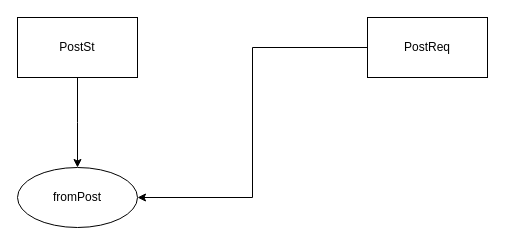
Above: page "From" (3 of 3) of Notes/Day3.drawio in amit6667/https-prod.liveshare.vsengsaas.visualstudio.com-join-23594ADBD9D3266A4E41C9DEF27AAE27805A (draw.io), before the change. Source tidied: cells renumbered, new cells numbered last; positions are measured from the earlier drawing's top-left corner, leaving out a move shared by most shapes. Both pictures are drawn from the tidied source at 100%, with x=0, y=0 at pixel (17, 17).
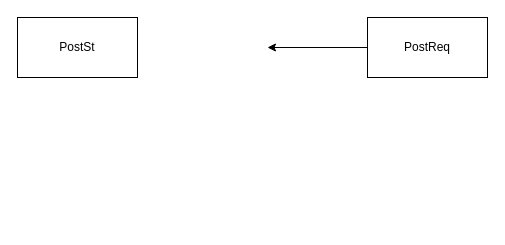
The same diagram, later.

Change to the diagram source:
```diff
@@
 <mxGraphModel>
   <root>
     <mxCell id="0" />
     <mxCell id="1" parent="0" />
-    <mxCell id="2" style="edgeStyle=orthogonalEdgeStyle;rounded=0;jettySize=auto;html=1;" parent="1" edge="1" source="3">
-      <mxGeometry relative="1" as="geometry">
-        <mxPoint x="60" y="150" as="targetPoint" />
-      </mxGeometry>
-    </mxCell>
     <mxCell id="3" value="PostSt" style="rounded=0;whiteSpace=wrap;html=1;" parent="1" vertex="1">
       <mxGeometry width="120" height="60" as="geometry" />
     </mxCell>
-    <mxCell id="4" style="edgeStyle=orthogonalEdgeStyle;rounded=0;jettySize=auto;html=1;entryX=1;entryY=0.5;entryDx=0;entryDy=0;" parent="1" edge="1" source="5" target="6">
-      <mxGeometry relative="1" as="geometry" />
-    </mxCell>
+    <mxCell id="7" style="edgeStyle=orthogonalEdgeStyle;rounded=0;jettySize=auto;html=1;" parent="1" edge="1" source="5">
+      <mxGeometry relative="1" as="geometry">
+        <mxPoint x="250" y="30" as="targetPoint" />
+      </mxGeometry>
+    </mxCell>
     <mxCell id="5" value="PostReq" style="whiteSpace=wrap;html=1;" parent="1" vertex="1">
       <mxGeometry x="350" width="120" height="60" as="geometry" />
     </mxCell>
-    <mxCell id="6" value="fromPost" style="ellipse;whiteSpace=wrap;html=1;" parent="1" vertex="1">
-      <mxGeometry y="150" width="120" height="60" as="geometry" />
-    </mxCell>
   </root>
 </mxGraphModel>
```
